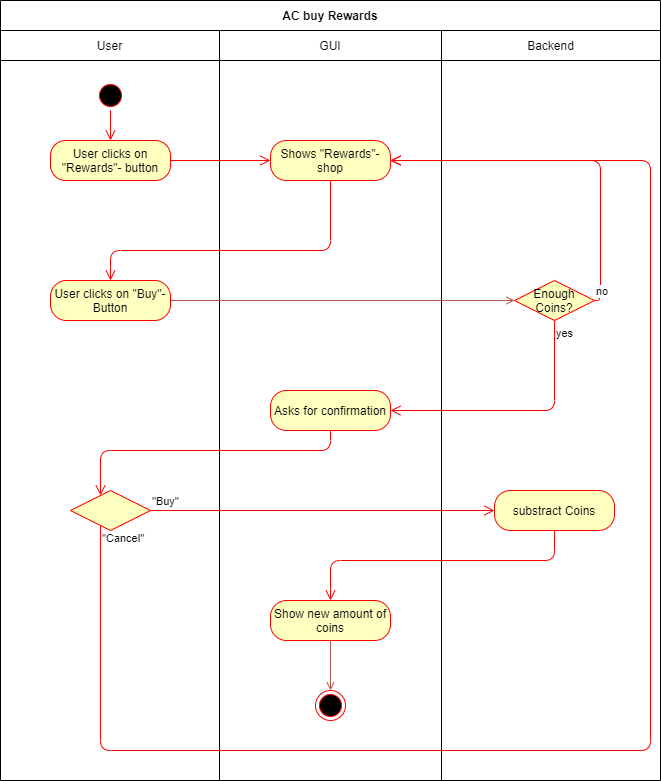
Earlier version of the draw.io export PNGs/AC_Buy_Rewards.png (david2628/Work2Play). Source tidied: cells renumbered, new cells last; positions are measured from the earlier drawing's top-left corner, leaving out a move shared by most shapes.
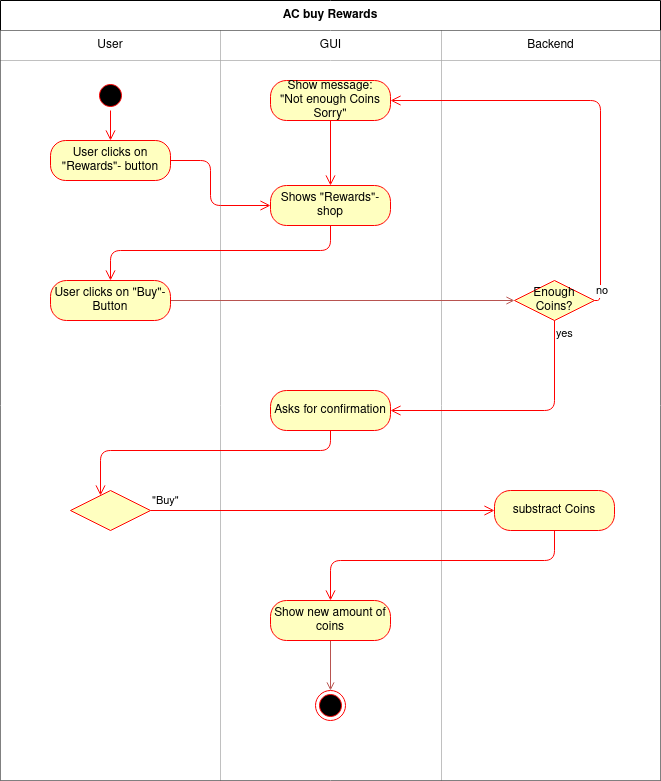
The same diagram one commit later.

Change to the diagram source:
```diff
@@ -8,25 +8,25 @@
     <mxCell id="3" style="shape=partialRectangle;html=1;whiteSpace=wrap;fillColor=none;top=0;left=0;bottom=0;right=0;" parent="2" vertex="1">
       <mxGeometry y="30" width="660" height="30" as="geometry" />
     </mxCell>
-    <mxCell id="4" value="User" style="shape=partialRectangle;html=1;whiteSpace=wrap;fillColor=none;top=0;left=0;bottom=0;right=0;overflow=hidden;" parent="3" vertex="1">
-      <mxGeometry width="219" height="30" as="geometry" />
+    <mxCell id="4" value="User" style="shape=partialRectangle;html=1;whiteSpace=wrap;top=0;left=0;bottom=0;right=0;overflow=hidden;" parent="3" vertex="1">
+      <mxGeometry width="220" height="30" as="geometry" />
     </mxCell>
-    <mxCell id="5" value="GUI" style="shape=partialRectangle;html=1;whiteSpace=wrap;fillColor=none;top=0;left=0;bottom=0;right=0;overflow=hidden;" parent="3" vertex="1">
-      <mxGeometry x="219" width="222" height="30" as="geometry" />
+    <mxCell id="5" value="GUI" style="shape=partialRectangle;html=1;whiteSpace=wrap;top=0;left=0;bottom=0;right=0;overflow=hidden;" parent="3" vertex="1">
+      <mxGeometry x="220" width="221" height="30" as="geometry" />
     </mxCell>
-    <mxCell id="6" value="Backend" style="shape=partialRectangle;html=1;whiteSpace=wrap;fillColor=none;top=0;left=0;bottom=0;right=0;overflow=hidden;" parent="3" vertex="1">
+    <mxCell id="6" value="Backend" style="shape=partialRectangle;html=1;whiteSpace=wrap;top=0;left=0;bottom=0;right=0;overflow=hidden;" parent="3" vertex="1">
       <mxGeometry x="441" width="219" height="30" as="geometry" />
     </mxCell>
     <mxCell id="7" style="shape=partialRectangle;html=1;whiteSpace=wrap;fillColor=none;top=0;left=0;bottom=0;right=0;" parent="2" vertex="1">
       <mxGeometry y="60" width="660" height="720" as="geometry" />
     </mxCell>
-    <mxCell id="8" style="shape=partialRectangle;html=1;whiteSpace=wrap;fillColor=none;top=0;left=0;bottom=0;right=0;overflow=hidden;" parent="7" vertex="1">
-      <mxGeometry width="219" height="720" as="geometry" />
+    <mxCell id="8" style="shape=partialRectangle;html=1;whiteSpace=wrap;top=0;left=0;bottom=0;right=0;overflow=hidden;" parent="7" vertex="1">
+      <mxGeometry width="220" height="720" as="geometry" />
     </mxCell>
-    <mxCell id="9" style="shape=partialRectangle;html=1;whiteSpace=wrap;fillColor=none;top=0;left=0;bottom=0;right=0;overflow=hidden;" parent="7" vertex="1">
-      <mxGeometry x="219" width="222" height="720" as="geometry" />
+    <mxCell id="9" style="shape=partialRectangle;html=1;whiteSpace=wrap;top=0;left=0;bottom=0;right=0;overflow=hidden;" parent="7" vertex="1">
+      <mxGeometry x="220" width="221" height="720" as="geometry" />
     </mxCell>
-    <mxCell id="10" style="shape=partialRectangle;html=1;whiteSpace=wrap;fillColor=none;top=0;left=0;bottom=0;right=0;overflow=hidden;" parent="7" vertex="1">
+    <mxCell id="10" style="shape=partialRectangle;html=1;whiteSpace=wrap;top=0;left=0;bottom=0;right=0;overflow=hidden;" parent="7" vertex="1">
       <mxGeometry x="441" width="219" height="720" as="geometry" />
     </mxCell>
     <mxCell id="11" style="ellipse;html=1;shape=startState;fillColor=#000000;strokeColor=#ff0000;" parent="1" vertex="1">
@@ -47,10 +47,15 @@
       <mxGeometry x="50" y="140" width="120" height="40" as="geometry" />
     </mxCell>
     <mxCell id="15" style="edgeStyle=orthogonalEdgeStyle;html=1;verticalAlign=bottom;endArrow=open;endSize=8;strokeColor=#ff0000;entryX=0;entryY=0.5;entryDx=0;entryDy=0;" parent="1" edge="1" source="14" target="16">
-      <mxGeometry relative="1" as="geometry" />
+      <mxGeometry relative="1" as="geometry">
+        <Array as="points">
+          <mxPoint x="210" y="160" />
+          <mxPoint x="210" y="205" />
+        </Array>
+      </mxGeometry>
     </mxCell>
     <mxCell id="16" value="Shows &quot;Rewards&quot;-shop" style="rounded=1;whiteSpace=wrap;html=1;arcSize=40;fontColor=#000000;fillColor=#ffffc0;strokeColor=#ff0000;" parent="1" vertex="1">
-      <mxGeometry x="270" y="140" width="120" height="40" as="geometry" />
+      <mxGeometry x="270" y="185" width="120" height="40" as="geometry" />
     </mxCell>
     <mxCell id="17" style="edgeStyle=orthogonalEdgeStyle;html=1;verticalAlign=bottom;endArrow=open;endSize=8;strokeColor=#ff0000;entryX=0.5;entryY=0;entryDx=0;entryDy=0;" parent="1" edge="1" source="16" target="19">
       <mxGeometry relative="1" as="geometry">
@@ -83,15 +88,6 @@
     <mxCell id="23" value="&quot;Buy&quot;" style="edgeStyle=orthogonalEdgeStyle;html=1;align=left;verticalAlign=bottom;endArrow=open;endSize=8;strokeColor=#ff0000;entryX=0;entryY=0.5;entryDx=0;entryDy=0;" parent="1" edge="1" source="22" target="25">
       <mxGeometry x="-1" relative="1" as="geometry" />
     </mxCell>
-    <mxCell id="24" value="&quot;Cancel&quot;" style="edgeStyle=orthogonalEdgeStyle;html=1;align=left;verticalAlign=top;endArrow=open;endSize=8;strokeColor=#ff0000;entryX=1;entryY=0.5;entryDx=0;entryDy=0;" parent="1" edge="1" source="22" target="16">
-      <mxGeometry x="-1" relative="1" as="geometry">
-        <Array as="points">
-          <mxPoint x="100" y="750" />
-          <mxPoint x="650" y="750" />
-          <mxPoint x="650" y="160" />
-        </Array>
-      </mxGeometry>
-    </mxCell>
     <mxCell id="25" value="substract Coins" style="rounded=1;whiteSpace=wrap;html=1;arcSize=40;fontColor=#000000;fillColor=#ffffc0;strokeColor=#ff0000;" parent="1" vertex="1">
       <mxGeometry x="494" y="490" width="120" height="40" as="geometry" />
     </mxCell>
@@ -115,11 +111,11 @@
     <mxCell id="30" value="Enough Coins?" style="rhombus;whiteSpace=wrap;html=1;fillColor=#ffffc0;strokeColor=#ff0000;" parent="1" vertex="1">
       <mxGeometry x="514" y="280" width="80" height="40" as="geometry" />
     </mxCell>
-    <mxCell id="31" value="no" style="edgeStyle=orthogonalEdgeStyle;html=1;align=left;verticalAlign=bottom;endArrow=open;endSize=8;strokeColor=#ff0000;entryX=1;entryY=0.5;entryDx=0;entryDy=0;" parent="1" edge="1" source="30" target="16">
+    <mxCell id="31" value="no" style="edgeStyle=orthogonalEdgeStyle;html=1;align=left;verticalAlign=bottom;endArrow=open;endSize=8;strokeColor=#ff0000;" parent="1" edge="1" source="30" target="33">
       <mxGeometry x="-1" relative="1" as="geometry">
         <Array as="points">
           <mxPoint x="600" y="300" />
-          <mxPoint x="600" y="160" />
+          <mxPoint x="600" y="100" />
         </Array>
       </mxGeometry>
     </mxCell>
@@ -130,5 +126,11 @@
         </Array>
       </mxGeometry>
     </mxCell>
+    <mxCell id="33" value="Show message:&lt;br&gt;&quot;Not enough Coins Sorry&quot;" style="rounded=1;whiteSpace=wrap;html=1;arcSize=40;fontColor=#000000;fillColor=#ffffc0;strokeColor=#ff0000;" parent="1" vertex="1">
+      <mxGeometry x="270" y="80" width="120" height="40" as="geometry" />
+    </mxCell>
+    <mxCell id="34" style="edgeStyle=orthogonalEdgeStyle;html=1;verticalAlign=bottom;endArrow=open;endSize=8;strokeColor=#ff0000;" parent="1" edge="1" source="33" target="16">
+      <mxGeometry relative="1" as="geometry" />
+    </mxCell>
   </root>
 </mxGraphModel>
```
